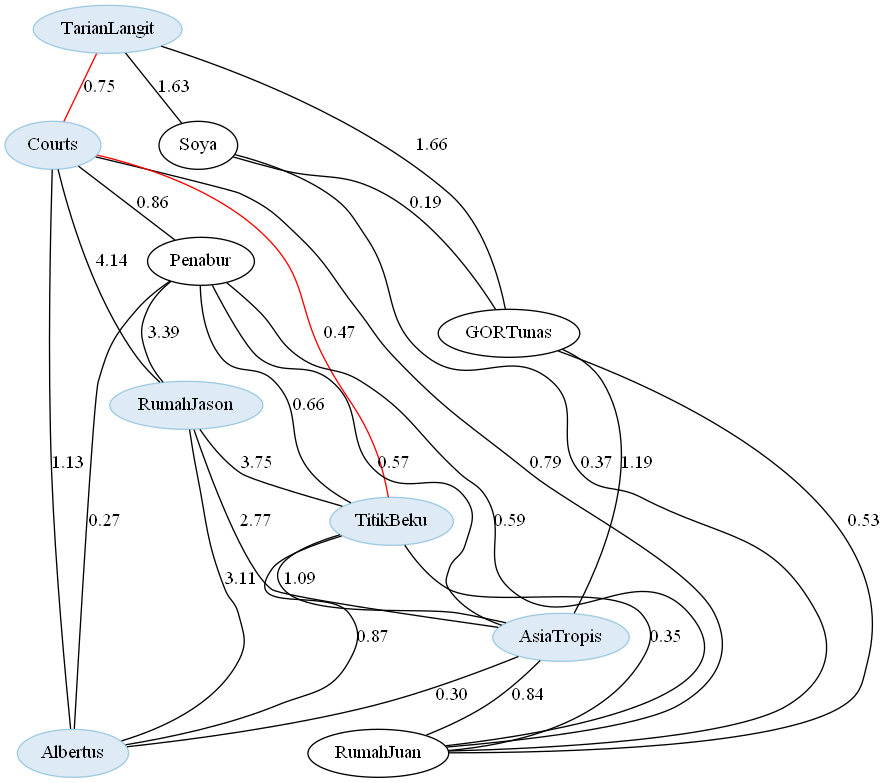
Gulilil/IF2211_Tucil3_13521008_13521116 keeps this Graphviz diagram as src/frontend/assets/solutionGraph.gv.png. Above is the earlier version. Its source is kept beside it as src/frontend/assets/solutionGraph.gv.
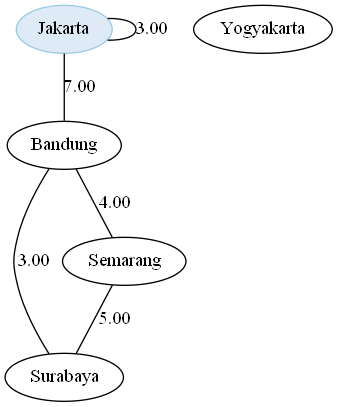
Later version of the same file.

Diff of the diagram source:
```diff
@@ -1,124 +1,32 @@
 strict graph {
 
 
-	"TarianLangit" [ color="2", colorscheme="blues3", fillcolor="1", style="filled",  weight=0 ];
+	"Jakarta" [ color="2", colorscheme="blues3", fillcolor="1", style="filled",  weight=0 ];
 
-	"TarianLangit" -- "Courts" [ color="red", label="0.75",  weight=0 ];
+	"Jakarta" -- "Jakarta" [ color="black", label="3.00",  weight=0 ];
 
-	"TarianLangit" -- "Soya" [ color="black", label="1.63",  weight=0 ];
+	"Jakarta" -- "Bandung" [ color="black", label="7.00",  weight=0 ];
 
-	"TarianLangit" -- "GORTunas" [ color="black", label="1.66",  weight=0 ];
+	"Bandung" [  weight=0 ];
 
-	"Courts" [ color="2", colorscheme="blues3", fillcolor="1", style="filled",  weight=0 ];
+	"Bandung" -- "Surabaya" [ color="black", label="3.00",  weight=0 ];
 
-	"Courts" -- "RumahJason" [ color="black", label="4.14",  weight=0 ];
+	"Bandung" -- "Jakarta" [ color="black", label="7.00",  weight=0 ];
 
-	"Courts" -- "RumahJuan" [ color="black", label="0.79",  weight=0 ];
+	"Bandung" -- "Semarang" [ color="black", label="4.00",  weight=0 ];
 
-	"Courts" -- "Penabur" [ color="black", label="0.86",  weight=0 ];
+	"Semarang" [  weight=0 ];
 
-	"Courts" -- "TarianLangit" [ color="red", label="0.75",  weight=0 ];
+	"Semarang" -- "Bandung" [ color="black", label="4.00",  weight=0 ];
 
-	"Courts" -- "Albertus" [ color="black", label="1.13",  weight=0 ];
+	"Semarang" -- "Surabaya" [ color="black", label="5.00",  weight=0 ];
 
-	"Courts" -- "TitikBeku" [ color="red", label="0.47",  weight=0 ];
+	"Yogyakarta" [  weight=0 ];
 
-	"Penabur" [  weight=0 ];
+	"Surabaya" [  weight=0 ];
 
-	"Penabur" -- "TitikBeku" [ color="black", label="0.66",  weight=0 ];
+	"Surabaya" -- "Bandung" [ color="black", label="3.00",  weight=0 ];
 
-	"Penabur" -- "RumahJason" [ color="black", label="3.39",  weight=0 ];
-
-	"Penabur" -- "RumahJuan" [ color="black", label="0.59",  weight=0 ];
-
-	"Penabur" -- "AsiaTropis" [ color="black", label="0.57",  weight=0 ];
-
-	"Penabur" -- "Albertus" [ color="black", label="0.27",  weight=0 ];
-
-	"Penabur" -- "Courts" [ color="black", label="0.86",  weight=0 ];
-
-	"Soya" [  weight=0 ];
-
-	"Soya" -- "TarianLangit" [ color="black", label="1.63",  weight=0 ];
-
-	"Soya" -- "GORTunas" [ color="black", label="0.19",  weight=0 ];
-
-	"Soya" -- "RumahJuan" [ color="black", label="0.37",  weight=0 ];
-
-	"RumahJason" [ color="2", colorscheme="blues3", fillcolor="1", style="filled",  weight=0 ];
-
-	"RumahJason" -- "Albertus" [ color="black", label="3.11",  weight=0 ];
-
-	"RumahJason" -- "Courts" [ color="black", label="4.14",  weight=0 ];
-
-	"RumahJason" -- "TitikBeku" [ color="black", label="3.75",  weight=0 ];
-
-	"RumahJason" -- "Penabur" [ color="black", label="3.39",  weight=0 ];
-
-	"RumahJason" -- "AsiaTropis" [ color="black", label="2.77",  weight=0 ];
-
-	"GORTunas" [  weight=0 ];
-
-	"GORTunas" -- "RumahJuan" [ color="black", label="0.53",  weight=0 ];
-
-	"GORTunas" -- "Soya" [ color="black", label="0.19",  weight=0 ];
-
-	"GORTunas" -- "AsiaTropis" [ color="black", label="1.19",  weight=0 ];
-
-	"GORTunas" -- "TarianLangit" [ color="black", label="1.66",  weight=0 ];
-
-	"TitikBeku" [ color="2", colorscheme="blues3", fillcolor="1", style="filled",  weight=0 ];
-
-	"TitikBeku" -- "Albertus" [ color="black", label="0.87",  weight=0 ];
-
-	"TitikBeku" -- "Courts" [ color="red", label="0.47",  weight=0 ];
-
-	"TitikBeku" -- "RumahJason" [ color="black", label="3.75",  weight=0 ];
-
-	"TitikBeku" -- "RumahJuan" [ color="black", label="0.35",  weight=0 ];
-
-	"TitikBeku" -- "Penabur" [ color="black", label="0.66",  weight=0 ];
-
-	"TitikBeku" -- "AsiaTropis" [ color="black", label="1.09",  weight=0 ];
-
-	"AsiaTropis" [ color="2", colorscheme="blues3", fillcolor="1", style="filled",  weight=0 ];
-
-	"AsiaTropis" -- "GORTunas" [ color="black", label="1.19",  weight=0 ];
-
-	"AsiaTropis" -- "Albertus" [ color="black", label="0.30",  weight=0 ];
-
-	"AsiaTropis" -- "TitikBeku" [ color="black", label="1.09",  weight=0 ];
-
-	"AsiaTropis" -- "RumahJason" [ color="black", label="2.77",  weight=0 ];
-
-	"AsiaTropis" -- "RumahJuan" [ color="black", label="0.84",  weight=0 ];
-
-	"AsiaTropis" -- "Penabur" [ color="black", label="0.57",  weight=0 ];
-
-	"Albertus" [ color="2", colorscheme="blues3", fillcolor="1", style="filled",  weight=0 ];
-
-	"Albertus" -- "RumahJason" [ color="black", label="3.11",  weight=0 ];
-
-	"Albertus" -- "Penabur" [ color="black", label="0.27",  weight=0 ];
-
-	"Albertus" -- "AsiaTropis" [ color="black", label="0.30",  weight=0 ];
-
-	"Albertus" -- "Courts" [ color="black", label="1.13",  weight=0 ];
-
-	"Albertus" -- "TitikBeku" [ color="black", label="0.87",  weight=0 ];
-
-	"RumahJuan" [  weight=0 ];
-
-	"RumahJuan" -- "Penabur" [ color="black", label="0.59",  weight=0 ];
-
-	"RumahJuan" -- "Soya" [ color="black", label="0.37",  weight=0 ];
-
-	"RumahJuan" -- "AsiaTropis" [ color="black", label="0.84",  weight=0 ];
-
-	"RumahJuan" -- "GORTunas" [ color="black", label="0.53",  weight=0 ];
-
-	"RumahJuan" -- "Courts" [ color="black", label="0.79",  weight=0 ];
-
-	"RumahJuan" -- "TitikBeku" [ color="black", label="0.35",  weight=0 ];
+	"Surabaya" -- "Semarang" [ color="black", label="5.00",  weight=0 ];
 
 }
```
